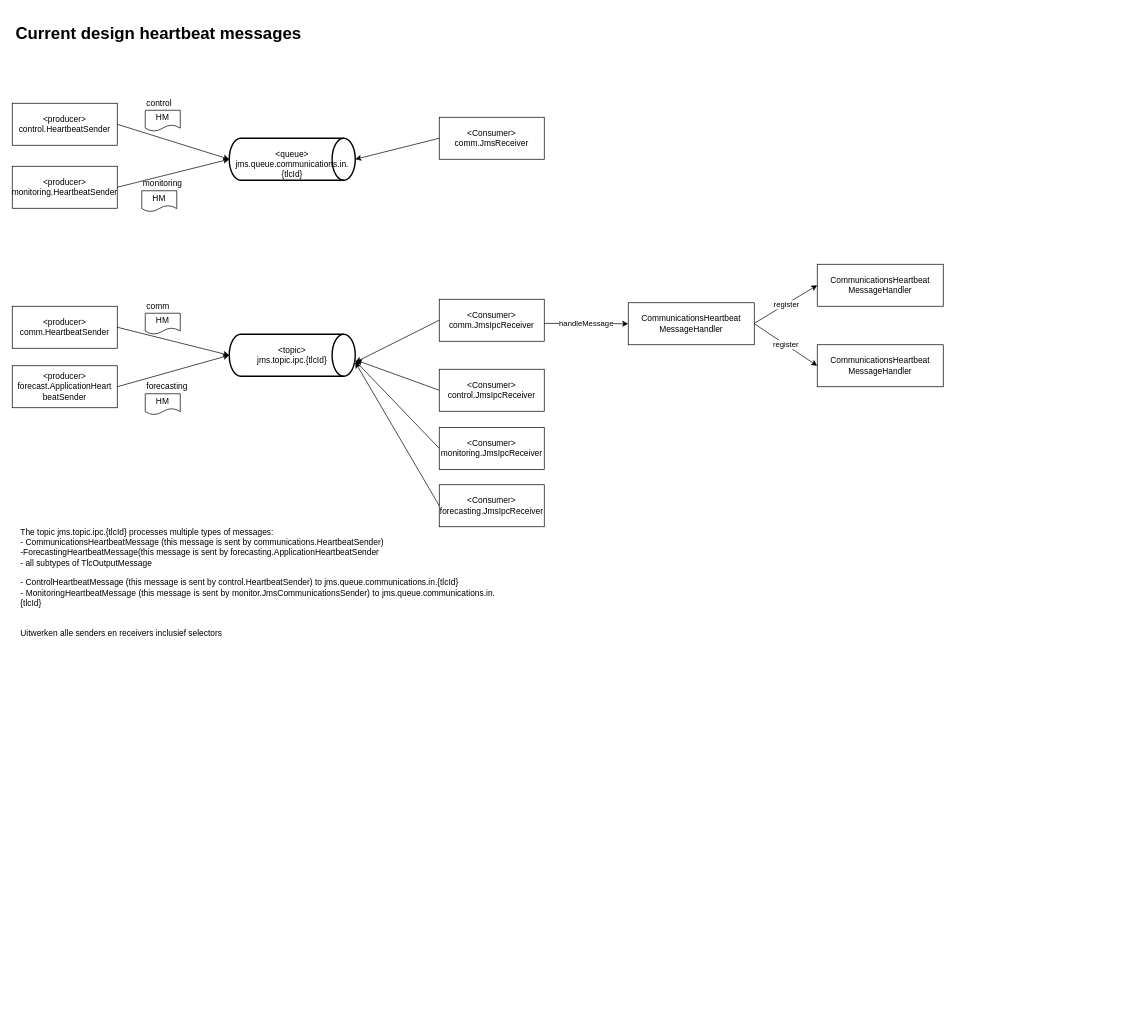
Earlier version of the draw.io diagram Untitled Diagram.drawio (ahup/drawings). Source tidied: cells renumbered, new cells numbered last; positions are measured from the earlier drawing's top-left corner, leaving out a move shared by most shapes. Both pictures are drawn from the tidied source at 70%, with x=0, y=0 at pixel (12, 19).
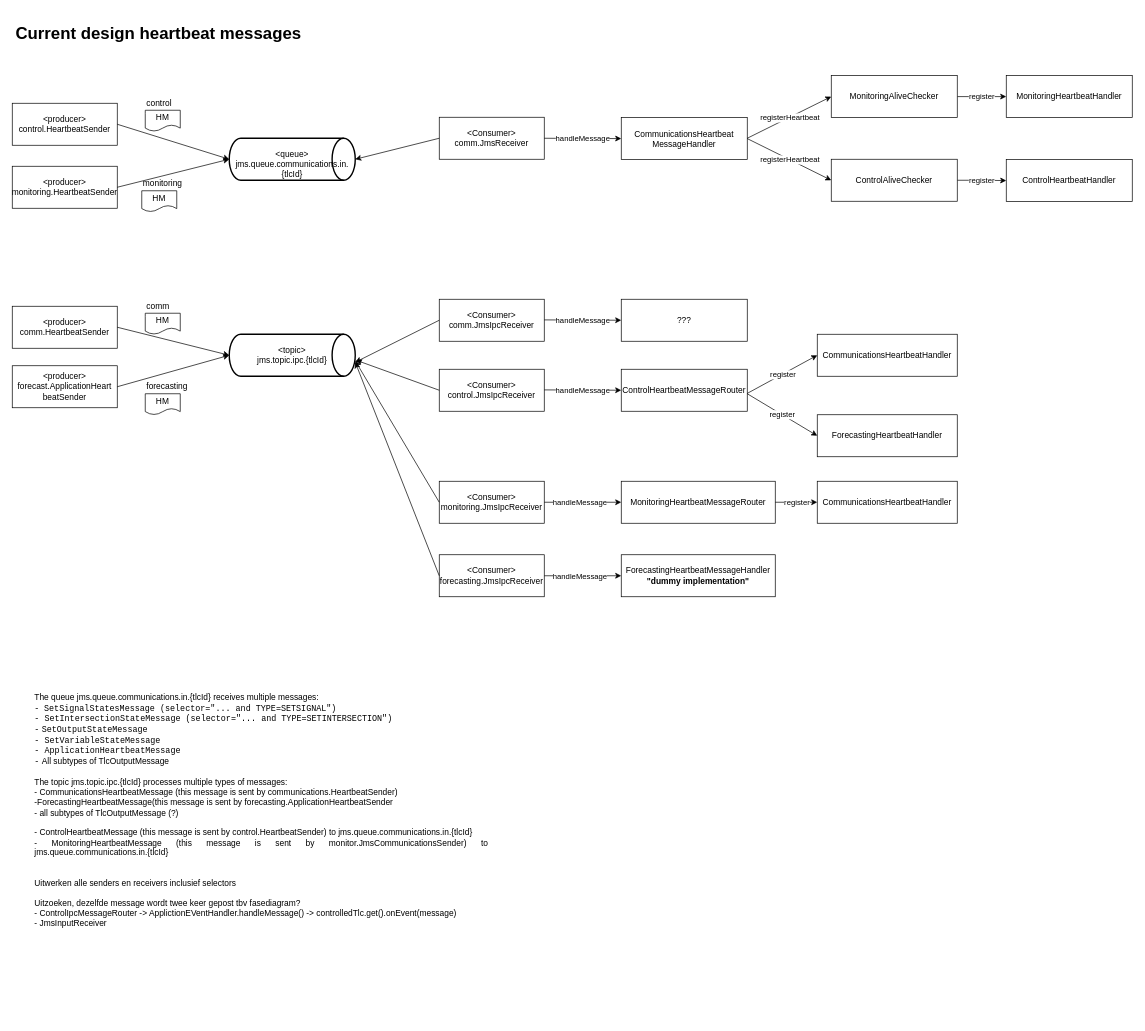
The same diagram, later.

Commit message:
Heartbeathandlers toegevoegd

The change refers to these unchanged cells:
```xml
<mxCell id="7" value="&amp;lt;Consumer&amp;gt;&lt;br&gt;comm.JmsReceiver" style="rounded=0;whiteSpace=wrap;html=1;" parent="1" vertex="1">
  <mxGeometry x="610" y="140" width="150" height="60" as="geometry" />
</mxCell>
<mxCell id="39" style="endArrow=classic;html=1;entryX=0;entryY=0.5;entryDx=0;entryDy=0;exitX=1;exitY=0.5;exitDx=0;exitDy=0;" parent="1" edge="1" source="32" target="35">
  <mxGeometry relative="1" as="geometry" />
</mxCell>
```

Change to the diagram source:
```diff
@@
-    <mxCell id="6" value="&lt;div style=&quot;text-align: justify&quot;&gt;The topic jms.topic.ipc.{tlcId} processes multiple types of messages:&lt;/div&gt;&lt;div style=&quot;text-align: justify&quot;&gt;- CommunicationsHeartbeatMessage (this message is sent by communications.HeartbeatSender)&lt;/div&gt;&lt;div style=&quot;text-align: justify&quot;&gt;-ForecastingHeartbeatMessage(this message is sent by forecasting.ApplicationHeartbeatSender&lt;/div&gt;&lt;div style=&quot;text-align: justify&quot;&gt;- all subtypes of TlcOutputMessage&lt;/div&gt;&lt;div style=&quot;text-align: justify&quot;&gt;&lt;br&gt;&lt;/div&gt;&lt;div style=&quot;text-align: justify&quot;&gt;- ControlHeartbeatMessage (this message is sent by control.HeartbeatSender) to jms.queue.communications.in.{tlcId}&lt;br&gt;&lt;/div&gt;&lt;div style=&quot;text-align: justify&quot;&gt;- MonitoringHeartbeatMessage (this message is sent by monitor.JmsCommunicationsSender) to jms.queue.communications.in.{tlcId}&lt;br&gt;&lt;/div&gt;&lt;div style=&quot;text-align: justify&quot;&gt;&lt;br&gt;&lt;/div&gt;&lt;div style=&quot;text-align: justify&quot;&gt;&lt;br&gt;&lt;/div&gt;&lt;div style=&quot;text-align: justify&quot;&gt;Uitwerken alle senders en receivers inclusief selectors&lt;/div&gt;" style="text;html=1;strokeColor=none;fillColor=none;align=left;verticalAlign=middle;whiteSpace=wrap;rounded=0;" parent="1" vertex="1">
-      <mxGeometry x="10" y="700" width="680" height="210" as="geometry" />
+    <mxCell id="6" value="&lt;div style=&quot;text-align: justify&quot;&gt;The queue jms.queue.communications.in.{tlcId} receives multiple messages:&lt;/div&gt;&lt;span style=&quot;font-family: &amp;#34;jetbrains mono&amp;#34; , monospace ; text-align: justify ; background-color: rgb(255 , 255 , 255)&quot;&gt;-&lt;/span&gt;&lt;span style=&quot;text-align: justify&quot;&gt;&amp;nbsp;&amp;nbsp;&lt;/span&gt;&lt;span style=&quot;background-color: rgb(255 , 255 , 255) ; font-family: &amp;#34;jetbrains mono&amp;#34; , monospace&quot;&gt;SetSignalStatesMessage (selector=&quot;... and TYPE=SETSIGNAL&quot;)&lt;/span&gt;&lt;span style=&quot;font-family: &amp;#34;jetbrains mono&amp;#34; , monospace ; text-align: justify ; background-color: rgb(255 , 255 , 255)&quot;&gt;&lt;br&gt;&lt;/span&gt;&lt;div style=&quot;text-align: justify&quot;&gt;&lt;span style=&quot;background-color: rgb(255 , 255 , 255) ; font-family: &amp;#34;jetbrains mono&amp;#34; , monospace&quot;&gt;- SetIntersectionStateMessage (selector=&quot;... and TYPE=SETINTERSECTION&quot;)&lt;/span&gt;&lt;/div&gt;&lt;span style=&quot;font-family: &amp;#34;jetbrains mono&amp;#34; , monospace ; text-align: justify ; background-color: rgb(255 , 255 , 255)&quot;&gt;-&lt;/span&gt;&amp;nbsp;&lt;span style=&quot;background-color: rgb(255 , 255 , 255) ; font-family: &amp;#34;jetbrains mono&amp;#34; , monospace&quot;&gt;SetOutputStateMessage&lt;br&gt;-&amp;nbsp;&lt;/span&gt;&lt;span style=&quot;background-color: rgb(255 , 255 , 255) ; font-family: &amp;#34;jetbrains mono&amp;#34; , monospace&quot;&gt;SetVariableStateMessage&lt;br&gt;- ApplicationHeartbeatMessage&lt;br&gt;&lt;/span&gt;&lt;span style=&quot;font-family: &amp;#34;jetbrains mono&amp;#34; , monospace ; text-align: justify ; background-color: rgb(255 , 255 , 255)&quot;&gt;-&lt;/span&gt;&lt;span style=&quot;text-align: justify&quot;&gt;&amp;nbsp;All subtypes of TlcOutputMessage&lt;/span&gt;&lt;span style=&quot;background-color: rgb(255 , 255 , 255) ; font-family: &amp;#34;jetbrains mono&amp;#34; , monospace&quot;&gt;&lt;br&gt;&lt;/span&gt;&lt;div style=&quot;text-align: justify&quot;&gt;&lt;br&gt;&lt;/div&gt;&lt;div style=&quot;text-align: justify&quot;&gt;The topic jms.topic.ipc.{tlcId} processes multiple types of messages:&lt;/div&gt;&lt;div style=&quot;text-align: justify&quot;&gt;- CommunicationsHeartbeatMessage (this message is sent by communications.HeartbeatSender)&lt;/div&gt;&lt;div style=&quot;text-align: justify&quot;&gt;-ForecastingHeartbeatMessage(this message is sent by forecasting.ApplicationHeartbeatSender&lt;/div&gt;&lt;div style=&quot;text-align: justify&quot;&gt;- all subtypes of TlcOutputMessage (?)&lt;/div&gt;&lt;div style=&quot;text-align: justify&quot;&gt;&lt;br&gt;&lt;/div&gt;&lt;div style=&quot;text-align: justify&quot;&gt;- ControlHeartbeatMessage (this message is sent by control.HeartbeatSender) to jms.queue.communications.in.{tlcId}&lt;br&gt;&lt;/div&gt;&lt;div style=&quot;text-align: justify&quot;&gt;- MonitoringHeartbeatMessage (this message is sent by monitor.JmsCommunicationsSender) to jms.queue.communications.in.{tlcId}&lt;br&gt;&lt;/div&gt;&lt;div style=&quot;text-align: justify&quot;&gt;&lt;br&gt;&lt;/div&gt;&lt;div style=&quot;text-align: justify&quot;&gt;&lt;br&gt;&lt;/div&gt;&lt;div style=&quot;text-align: justify&quot;&gt;Uitwerken alle senders en receivers inclusief selectors&lt;/div&gt;&lt;div style=&quot;text-align: justify&quot;&gt;&lt;br&gt;&lt;/div&gt;&lt;div style=&quot;text-align: justify&quot;&gt;Uitzoeken, dezelfde message wordt twee keer gepost tbv fasediagram?&lt;/div&gt;&lt;div style=&quot;text-align: justify&quot;&gt;- ControlIpcMessageRouter -&amp;gt; ApplictionEVentHandler.handleMessage() -&amp;gt; controlledTlc.get().onEvent(message)&lt;/div&gt;&lt;div style=&quot;text-align: justify&quot;&gt;- JmsInputReceiver&lt;/div&gt;&lt;div style=&quot;text-align: justify&quot;&gt;&lt;br&gt;&lt;/div&gt;&lt;div style=&quot;text-align: justify&quot;&gt;&lt;br&gt;&lt;/div&gt;&lt;div style=&quot;text-align: justify&quot;&gt;&lt;br&gt;&lt;/div&gt;&lt;div style=&quot;text-align: justify&quot;&gt;&lt;br&gt;&lt;/div&gt;&lt;div style=&quot;text-align: justify&quot;&gt;&lt;br&gt;&lt;/div&gt;&lt;div style=&quot;text-align: justify&quot;&gt;&lt;br&gt;&lt;/div&gt;&lt;div style=&quot;text-align: justify&quot;&gt;&lt;br&gt;&lt;/div&gt;&lt;div style=&quot;text-align: justify&quot;&gt;&lt;br&gt;&lt;/div&gt;&lt;div style=&quot;text-align: justify&quot;&gt;&lt;br&gt;&lt;/div&gt;" style="text;html=1;strokeColor=none;fillColor=none;align=left;verticalAlign=middle;whiteSpace=wrap;rounded=0;" parent="1" vertex="1">
+      <mxGeometry x="30" y="970" width="650" height="450" as="geometry" />
     </mxCell>
@@
     <mxCell id="19" value="&amp;lt;Consumer&amp;gt;&lt;br&gt;monitoring.JmsIpcReceiver" style="rounded=0;whiteSpace=wrap;html=1;" parent="1" vertex="1">
-      <mxGeometry x="610" y="583" width="150" height="60" as="geometry" />
+      <mxGeometry x="610" y="660" width="150" height="60" as="geometry" />
     </mxCell>
@@
     <mxCell id="29" value="&amp;lt;Consumer&amp;gt;&lt;br&gt;forecasting.JmsIpcReceiver" style="rounded=0;whiteSpace=wrap;html=1;" parent="1" vertex="1">
-      <mxGeometry x="610" y="665" width="150" height="60" as="geometry" />
+      <mxGeometry x="610" y="765" width="150" height="60" as="geometry" />
     </mxCell>
@@
     <mxCell id="32" value="CommunicationsHeartbeat&lt;br&gt;MessageHandler" style="rounded=0;whiteSpace=wrap;html=1;" parent="1" vertex="1">
-      <mxGeometry x="880" y="405" width="180" height="60" as="geometry" />
+      <mxGeometry x="870" y="140.5" width="180" height="60" as="geometry" />
     </mxCell>
-    <mxCell id="33" style="endArrow=classic;html=1;entryX=0;entryY=0.5;entryDx=0;entryDy=0;" parent="1" edge="1" target="32">
-      <mxGeometry relative="1" as="geometry">
-        <mxPoint x="760" y="434.5" as="sourcePoint" />
-      </mxGeometry>
+    <mxCell id="33" style="endArrow=classic;html=1;entryX=0;entryY=0.5;entryDx=0;entryDy=0;exitX=1;exitY=0.5;exitDx=0;exitDy=0;" parent="1" edge="1" source="7" target="32">
+      <mxGeometry relative="1" as="geometry" />
     </mxCell>
@@
+    <mxCell id="41" value="register" style="edgeStyle=orthogonalEdgeStyle;rounded=0;jettySize=auto;html=1;" parent="1" edge="1" source="35" target="56">
+      <mxGeometry relative="1" as="geometry" />
+    </mxCell>
-    <mxCell id="35" value="CommunicationsHeartbeat&lt;br&gt;MessageHandler" style="rounded=0;whiteSpace=wrap;html=1;" parent="1" vertex="1">
-      <mxGeometry x="1150" y="465" width="180" height="60" as="geometry" />
+    <mxCell id="35" value="ControlAliveChecker" style="rounded=0;whiteSpace=wrap;html=1;" parent="1" vertex="1">
+      <mxGeometry x="1170" y="200" width="180" height="60" as="geometry" />
     </mxCell>
+    <mxCell id="42" value="register" style="edgeStyle=orthogonalEdgeStyle;rounded=0;jettySize=auto;html=1;" parent="1" edge="1" source="36" target="55">
+      <mxGeometry relative="1" as="geometry" />
+    </mxCell>
-    <mxCell id="36" value="CommunicationsHeartbeat&lt;br&gt;MessageHandler" style="rounded=0;whiteSpace=wrap;html=1;" parent="1" vertex="1">
-      <mxGeometry x="1150" y="350" width="180" height="60" as="geometry" />
+    <mxCell id="36" value="MonitoringAliveChecker" style="rounded=0;whiteSpace=wrap;html=1;" parent="1" vertex="1">
+      <mxGeometry x="1170" y="80.5" width="180" height="60" as="geometry" />
     </mxCell>
     <mxCell id="37" style="endArrow=classic;html=1;entryX=0;entryY=0.5;entryDx=0;entryDy=0;" parent="1" edge="1" target="36">
       <mxGeometry relative="1" as="geometry">
-        <mxPoint x="1060" y="434.5" as="sourcePoint" />
+        <mxPoint x="1050" y="170" as="sourcePoint" />
       </mxGeometry>
     </mxCell>
-    <mxCell id="38" value="register" style="edgeLabel;html=1;align=center;verticalAlign=middle;" parent="37" vertex="1">
+    <mxCell id="38" value="registerHeartbeat" style="edgeLabel;html=1;align=center;verticalAlign=middle;" parent="37" vertex="1">
       <mxGeometry relative="1" as="geometry" />
     </mxCell>
@@
-    <mxCell id="40" value="register" style="edgeLabel;html=1;align=center;verticalAlign=middle;" parent="39" vertex="1">
+    <mxCell id="40" value="registerHeartbeat" style="edgeLabel;html=1;align=center;verticalAlign=middle;" parent="39" vertex="1">
       <mxGeometry relative="1" as="geometry" />
     </mxCell>
+    <mxCell id="43" value="???" style="rounded=0;whiteSpace=wrap;html=1;" parent="1" vertex="1">
+      <mxGeometry x="870" y="400" width="180" height="60" as="geometry" />
+    </mxCell>
+    <mxCell id="44" value="ControlHeartbeatMessageRouter" style="rounded=0;whiteSpace=wrap;html=1;" parent="1" vertex="1">
+      <mxGeometry x="870" y="500" width="180" height="60" as="geometry" />
+    </mxCell>
+    <mxCell id="45" style="endArrow=classic;html=1;entryX=0;entryY=0.5;entryDx=0;entryDy=0;exitX=1;exitY=0.5;exitDx=0;exitDy=0;" parent="1" edge="1">
+      <mxGeometry relative="1" as="geometry">
+        <mxPoint x="760" y="529.5" as="sourcePoint" />
+        <mxPoint x="870" y="530" as="targetPoint" />
+      </mxGeometry>
+    </mxCell>
+    <mxCell id="46" value="handleMessage" style="edgeLabel;html=1;align=center;verticalAlign=middle;" parent="45" vertex="1">
+      <mxGeometry relative="1" as="geometry" />
+    </mxCell>
+    <mxCell id="47" style="endArrow=classic;html=1;entryX=0;entryY=0.5;entryDx=0;entryDy=0;exitX=1;exitY=0.5;exitDx=0;exitDy=0;" parent="1" edge="1">
+      <mxGeometry relative="1" as="geometry">
+        <mxPoint x="760" y="429.5" as="sourcePoint" />
+        <mxPoint x="870" y="430" as="targetPoint" />
+      </mxGeometry>
+    </mxCell>
+    <mxCell id="48" value="handleMessage" style="edgeLabel;html=1;align=center;verticalAlign=middle;" parent="47" vertex="1">
+      <mxGeometry relative="1" as="geometry" />
+    </mxCell>
+    <mxCell id="49" value="ForecastingHeartbeatHandler" style="rounded=0;whiteSpace=wrap;html=1;" parent="1" vertex="1">
+      <mxGeometry x="1150" y="565" width="200" height="60" as="geometry" />
+    </mxCell>
+    <mxCell id="50" value="CommunicationsHeartbeatHandler" style="rounded=0;whiteSpace=wrap;html=1;" parent="1" vertex="1">
+      <mxGeometry x="1150" y="450" width="200" height="60" as="geometry" />
+    </mxCell>
+    <mxCell id="51" style="endArrow=classic;html=1;entryX=0;entryY=0.5;entryDx=0;entryDy=0;" parent="1" edge="1" target="50">
+      <mxGeometry relative="1" as="geometry">
+        <mxPoint x="1050" y="534.5" as="sourcePoint" />
+      </mxGeometry>
+    </mxCell>
+    <mxCell id="52" value="register" style="edgeLabel;html=1;align=center;verticalAlign=middle;" parent="51" vertex="1">
+      <mxGeometry relative="1" as="geometry" />
+    </mxCell>
+    <mxCell id="53" style="endArrow=classic;html=1;entryX=0;entryY=0.5;entryDx=0;entryDy=0;exitX=1;exitY=0.5;exitDx=0;exitDy=0;" parent="1" edge="1" target="49">
+      <mxGeometry relative="1" as="geometry">
+        <mxPoint x="1050" y="535" as="sourcePoint" />
+      </mxGeometry>
+    </mxCell>
+    <mxCell id="54" value="register" style="edgeLabel;html=1;align=center;verticalAlign=middle;" parent="53" vertex="1">
+      <mxGeometry relative="1" as="geometry" />
+    </mxCell>
+    <mxCell id="55" value="MonitoringHeartbeatHandler" style="rounded=0;whiteSpace=wrap;html=1;" parent="1" vertex="1">
+      <mxGeometry x="1420" y="80.5" width="180" height="60" as="geometry" />
+    </mxCell>
+    <mxCell id="56" value="ControlHeartbeatHandler" style="rounded=0;whiteSpace=wrap;html=1;" parent="1" vertex="1">
+      <mxGeometry x="1420" y="200.5" width="180" height="60" as="geometry" />
+    </mxCell>
+    <mxCell id="57" value="MonitoringHeartbeatMessageRouter" style="rounded=0;whiteSpace=wrap;html=1;" parent="1" vertex="1">
+      <mxGeometry x="870" y="660" width="220" height="60" as="geometry" />
+    </mxCell>
+    <mxCell id="58" style="endArrow=classic;html=1;entryX=0;entryY=0.5;entryDx=0;entryDy=0;exitX=1;exitY=0.5;exitDx=0;exitDy=0;" parent="1" edge="1" source="19" target="57">
+      <mxGeometry relative="1" as="geometry" />
+    </mxCell>
+    <mxCell id="59" value="handleMessage" style="edgeLabel;html=1;align=center;verticalAlign=middle;" parent="58" vertex="1">
+      <mxGeometry relative="1" as="geometry">
+        <mxPoint x="-5" as="offset" />
+      </mxGeometry>
+    </mxCell>
+    <mxCell id="60" value="CommunicationsHeartbeatHandler" style="rounded=0;whiteSpace=wrap;html=1;" parent="1" vertex="1">
+      <mxGeometry x="1150" y="660" width="200" height="60" as="geometry" />
+    </mxCell>
+    <mxCell id="61" style="endArrow=classic;html=1;entryX=0;entryY=0.5;entryDx=0;entryDy=0;exitX=1;exitY=0.5;exitDx=0;exitDy=0;" parent="1" edge="1" source="57" target="60">
+      <mxGeometry relative="1" as="geometry" />
+    </mxCell>
+    <mxCell id="62" value="register" style="edgeLabel;html=1;align=center;verticalAlign=middle;" parent="61" vertex="1">
+      <mxGeometry relative="1" as="geometry" />
+    </mxCell>
+    <mxCell id="63" value="ForecastingHeartbeatMessageHandler&lt;br&gt;&lt;b&gt;&quot;dummy implementation&quot;&lt;/b&gt;" style="rounded=0;whiteSpace=wrap;html=1;" parent="1" vertex="1">
+      <mxGeometry x="870" y="765" width="220" height="60" as="geometry" />
+    </mxCell>
+    <mxCell id="64" style="endArrow=classic;html=1;entryX=0;entryY=0.5;entryDx=0;entryDy=0;exitX=1;exitY=0.5;exitDx=0;exitDy=0;" parent="1" edge="1" source="29" target="63">
+      <mxGeometry relative="1" as="geometry" />
+    </mxCell>
+    <mxCell id="65" value="handleMessage" style="edgeLabel;html=1;align=center;verticalAlign=middle;" parent="64" vertex="1">
+      <mxGeometry relative="1" as="geometry">
+        <mxPoint x="-5" as="offset" />
+      </mxGeometry>
+    </mxCell>
```
